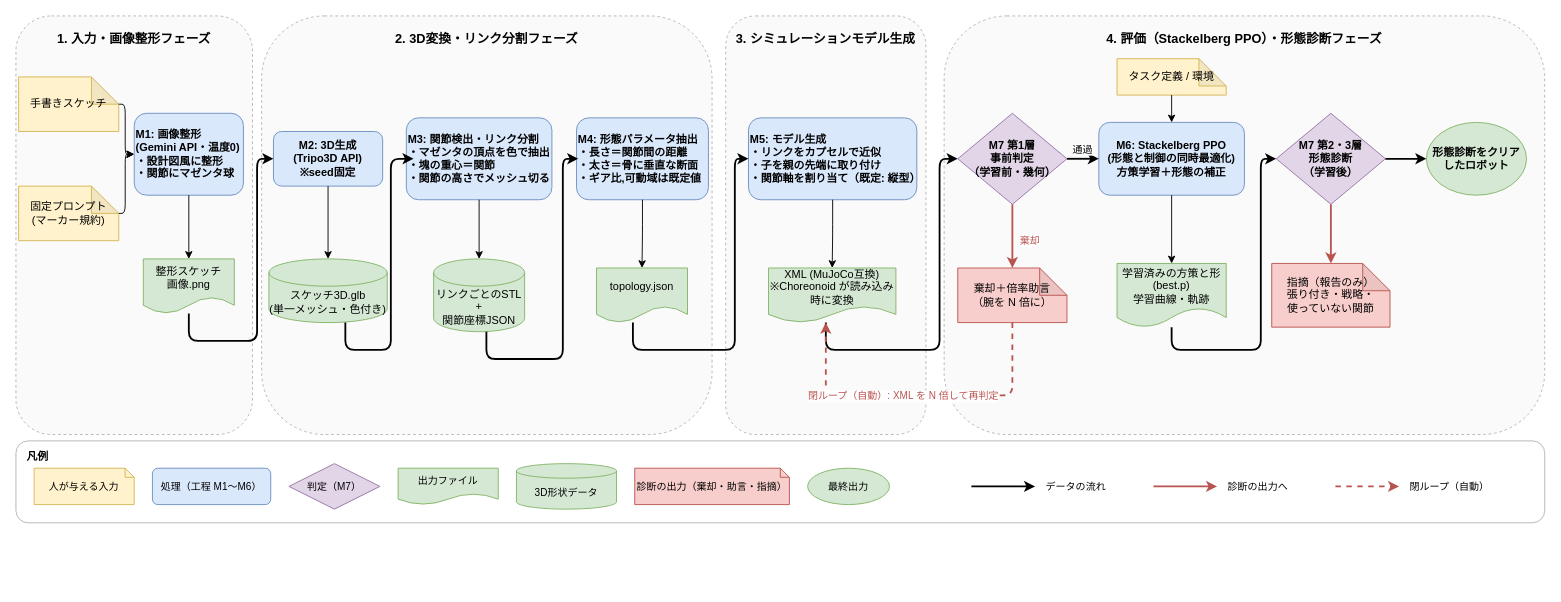
Earlier version of the draw.io diagram docs/研究応用/執筆/システム図.drawio (233301koshiro/StackelbergPPO). Source tidied: cells renumbered, new cells numbered last; positions are measured from the earlier drawing's top-left corner, leaving out a move shared by most shapes. Both pictures are drawn from the tidied source at 91%, with x=0, y=0 at pixel (15, 15).
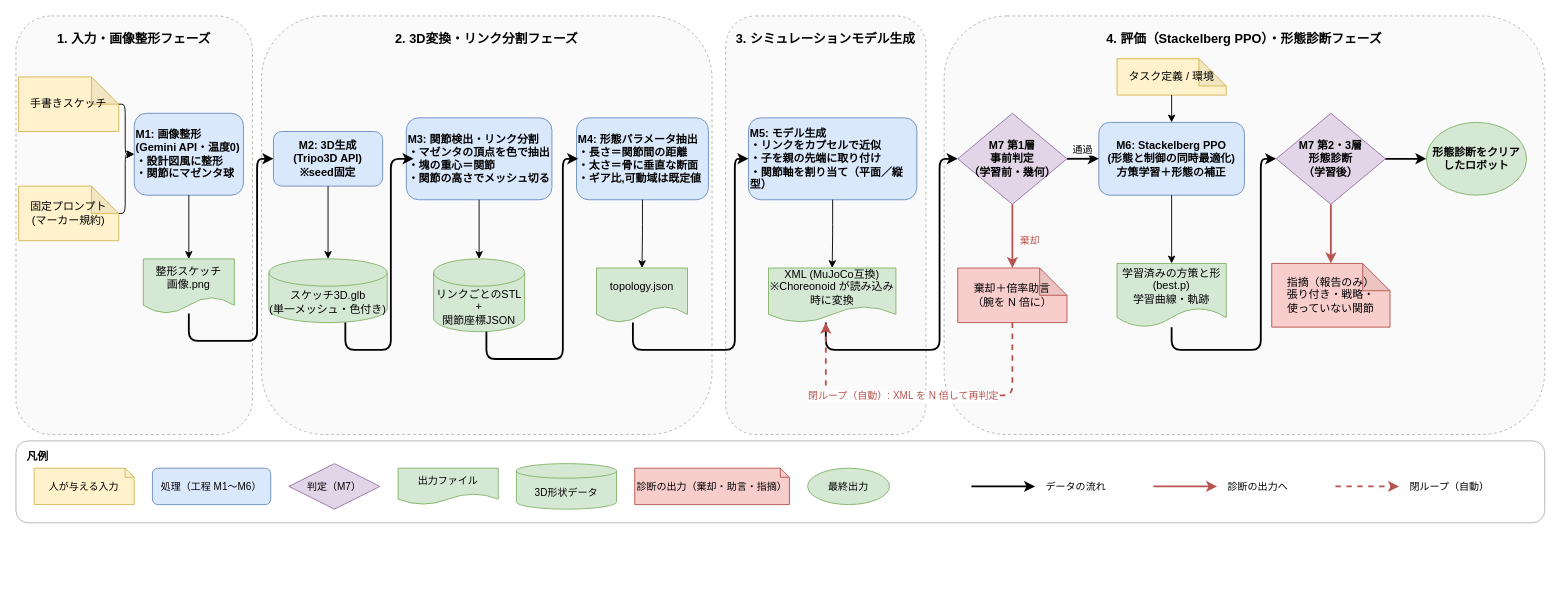
The same page after the edit.

Commit message (it also covers changes not shown here):
図 3.1 の論文用を 4 段に（make_system_figure.py、横長はスライド用に残す。論文用はファイル名を中身の名前に、既定は平面）、図 3.5 を関節▲と擬似コードに、3.9 にカプセルの大きさの理由（両版）。図 3.1 の PDF 書き出しは未実施

Diff of the diagram source:
```diff
@@
-    <mxCell id="25" value="M5: モデル生成&lt;br&gt;・リンクをカプセルで近似&lt;br&gt;・子を親の先端に取り付け&lt;br&gt;・関節軸を割り当て（既定: 縦型）" style="rounded=1;whiteSpace=wrap;html=1;fillColor=#dae8fc;strokeColor=#6c8ebf;fontStyle=1;align=left;" parent="1" vertex="1">
+    <mxCell id="25" value="M5: モデル生成&lt;br&gt;・リンクをカプセルで近似&lt;br&gt;・子を親の先端に取り付け&lt;br&gt;・関節軸を割り当て（平面／縦型）" style="rounded=1;whiteSpace=wrap;html=1;fillColor=#dae8fc;strokeColor=#6c8ebf;fontStyle=1;align=left;" parent="1" vertex="1">
       <mxGeometry x="805" y="112" width="185" height="90" as="geometry" />
     </mxCell>
```
